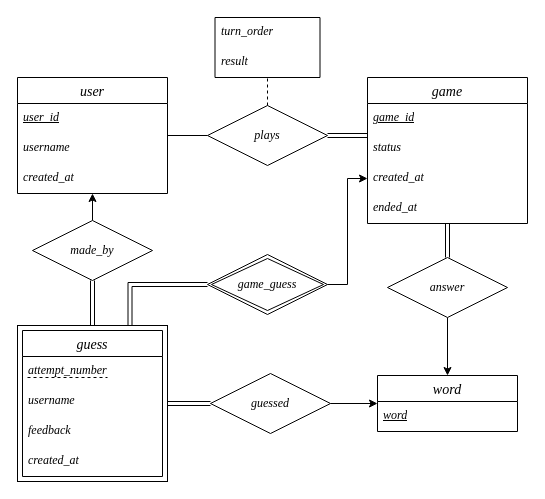
Before: ER-Diagram/Wordle_ER_Diagram.drawio in cmsc447-capstone/shared-state-wordle, a draw.io diagram. Source tidied: cells renumbered, new cells numbered last; positions are measured from the earlier drawing's top-left corner, leaving out a move shared by most shapes. Both pictures are drawn from the tidied source at 100%, with x=0, y=0 at pixel (17, 17).
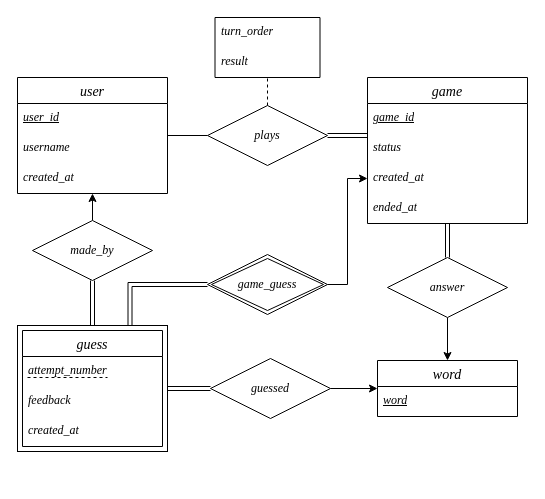
The same diagram, later.

Commit message (it also covers changes not shown here):
SQL script updated - ER updated

The edit, as a diff of the source:
```diff
@@
     <mxCell id="3" style="rounded=0;whiteSpace=wrap;html=1;" parent="1" vertex="1">
-      <mxGeometry y="308" width="150" height="156" as="geometry" />
+      <mxGeometry y="308" width="150" height="126" as="geometry" />
     </mxCell>
@@
     <mxCell id="9" value="guess" style="swimlane;fontStyle=2;horizontal=1;startSize=26;align=center;fontSize=14;fontFamily=Times New Roman;" parent="1" vertex="1">
-      <mxGeometry x="5" y="313" width="140" height="146" as="geometry" />
+      <mxGeometry x="5" y="313" width="140" height="116" as="geometry" />
     </mxCell>
@@
-    <mxCell id="11" value="username" style="text;strokeColor=none;fillColor=none;spacingLeft=4;spacingRight=4;overflow=hidden;fontSize=12;whiteSpace=wrap;html=1;fontStyle=2;fontFamily=Times New Roman;" parent="9" vertex="1">
-      <mxGeometry y="56" width="140" height="30" as="geometry" />
-    </mxCell>
     <mxCell id="12" value="feedback" style="text;strokeColor=none;fillColor=none;spacingLeft=4;spacingRight=4;overflow=hidden;fontSize=12;whiteSpace=wrap;html=1;fontStyle=2;fontFamily=Times New Roman;" parent="9" vertex="1">
-      <mxGeometry y="86" width="140" height="30" as="geometry" />
+      <mxGeometry y="56" width="140" height="30" as="geometry" />
     </mxCell>
     <mxCell id="13" value="created_at" style="text;strokeColor=none;fillColor=none;spacingLeft=4;spacingRight=4;overflow=hidden;fontSize=12;whiteSpace=wrap;html=1;fontStyle=2;fontFamily=Times New Roman;" parent="9" vertex="1">
-      <mxGeometry y="116" width="140" height="30" as="geometry" />
+      <mxGeometry y="86" width="140" height="30" as="geometry" />
     </mxCell>
@@
     <mxCell id="16" value="word" style="swimlane;fontStyle=2;horizontal=1;startSize=26;align=center;fontSize=14;fontFamily=Times New Roman;" parent="1" vertex="1">
-      <mxGeometry x="360" y="358" width="140" height="56" as="geometry" />
+      <mxGeometry x="360" y="343" width="140" height="56" as="geometry" />
     </mxCell>
@@
     <mxCell id="19" value="&lt;font face=&quot;Times New Roman&quot;&gt;&lt;i&gt;guessed&lt;/i&gt;&lt;/font&gt;" style="shape=rhombus;perimeter=rhombusPerimeter;whiteSpace=wrap;html=1;align=center;" parent="1" vertex="1">
-      <mxGeometry x="193" y="356" width="120" height="60" as="geometry" />
+      <mxGeometry x="193" y="341" width="120" height="60" as="geometry" />
     </mxCell>
```
